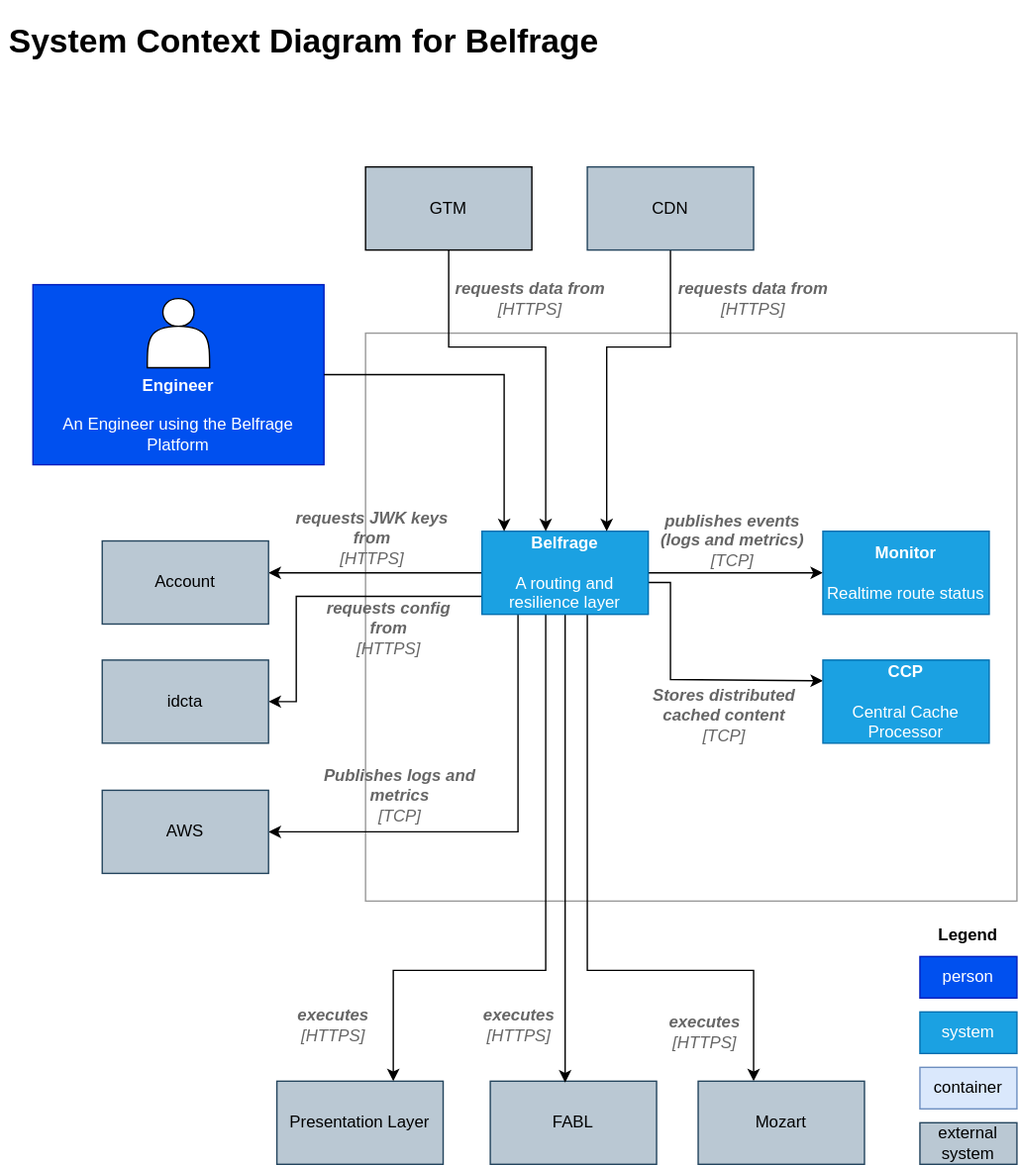
tracy-o/learning-day keeps this draw.io diagram as docs/img/architecture/c4-level-1.svg. Above is the earlier version. Source tidied: cells renumbered, new cells last; positions are measured from the earlier drawing's top-left corner, leaving out a move shared by most shapes.
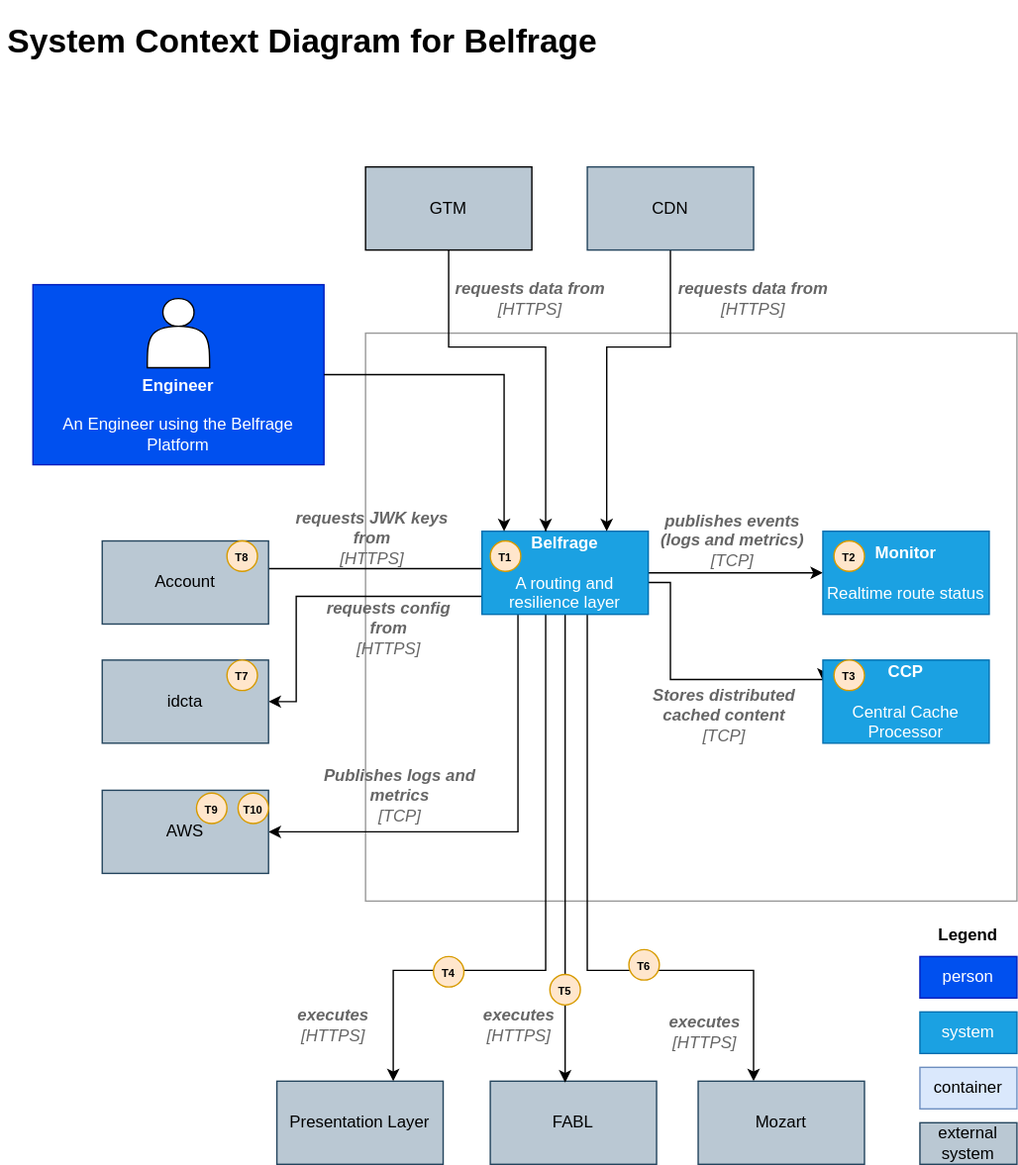
After the change.

Commit message:
link targets from analysis to first level diagram

Diff of the diagram source:
```diff
@@ -173,5 +173,35 @@
     <mxCell id="43" value="&lt;i&gt;&lt;font color=&quot;#666666&quot;&gt;&lt;b&gt;Publishes logs and metrics&lt;br&gt;&lt;/b&gt;[TCP]&lt;/font&gt;&lt;/i&gt;" style="text;html=1;strokeColor=none;fillColor=none;align=center;verticalAlign=middle;whiteSpace=wrap;rounded=0;" parent="1" vertex="1">
       <mxGeometry x="212" y="544" width="150" height="40" as="geometry" />
     </mxCell>
+    <mxCell id="44" value="&lt;font style=&quot;font-size: 8px ; line-height: 40%&quot;&gt;T1&lt;/font&gt;" style="ellipse;whiteSpace=wrap;html=1;fontStyle=1;fillColor=#ffe6cc;strokeColor=#d79b00;" parent="1" vertex="1">
+      <mxGeometry x="352" y="380" width="22" height="22" as="geometry" />
+    </mxCell>
+    <mxCell id="45" value="&lt;font style=&quot;font-size: 8px ; line-height: 40%&quot;&gt;T2&lt;/font&gt;" style="ellipse;whiteSpace=wrap;html=1;fontStyle=1;fillColor=#ffe6cc;strokeColor=#d79b00;" parent="1" vertex="1">
+      <mxGeometry x="600" y="380" width="22" height="22" as="geometry" />
+    </mxCell>
+    <mxCell id="46" value="&lt;font style=&quot;font-size: 8px ; line-height: 40%&quot;&gt;T3&lt;/font&gt;" style="ellipse;whiteSpace=wrap;html=1;fontStyle=1;fillColor=#ffe6cc;strokeColor=#d79b00;" parent="1" vertex="1">
+      <mxGeometry x="600" y="466" width="22" height="22" as="geometry" />
+    </mxCell>
+    <mxCell id="47" value="&lt;font style=&quot;font-size: 8px ; line-height: 40%&quot;&gt;T4&lt;/font&gt;" style="ellipse;whiteSpace=wrap;html=1;fontStyle=1;fillColor=#ffe6cc;strokeColor=#d79b00;" parent="1" vertex="1">
+      <mxGeometry x="311" y="680" width="22" height="22" as="geometry" />
+    </mxCell>
+    <mxCell id="48" value="&lt;font style=&quot;font-size: 8px ; line-height: 40%&quot;&gt;T5&lt;/font&gt;" style="ellipse;whiteSpace=wrap;html=1;fontStyle=1;fillColor=#ffe6cc;strokeColor=#d79b00;" parent="1" vertex="1">
+      <mxGeometry x="395" y="693" width="22" height="22" as="geometry" />
+    </mxCell>
+    <mxCell id="49" value="&lt;font style=&quot;font-size: 8px ; line-height: 40%&quot;&gt;T6&lt;/font&gt;" style="ellipse;whiteSpace=wrap;html=1;fontStyle=1;fillColor=#ffe6cc;strokeColor=#d79b00;" parent="1" vertex="1">
+      <mxGeometry x="452" y="675" width="22" height="22" as="geometry" />
+    </mxCell>
+    <mxCell id="50" value="&lt;font style=&quot;font-size: 8px ; line-height: 40%&quot;&gt;T7&lt;/font&gt;" style="ellipse;whiteSpace=wrap;html=1;fontStyle=1;fillColor=#ffe6cc;strokeColor=#d79b00;" parent="1" vertex="1">
+      <mxGeometry x="162" y="466" width="22" height="22" as="geometry" />
+    </mxCell>
+    <mxCell id="51" value="&lt;font style=&quot;font-size: 8px ; line-height: 40%&quot;&gt;T8&lt;/font&gt;" style="ellipse;whiteSpace=wrap;html=1;fontStyle=1;fillColor=#ffe6cc;strokeColor=#d79b00;" parent="1" vertex="1">
+      <mxGeometry x="162" y="380" width="22" height="22" as="geometry" />
+    </mxCell>
+    <mxCell id="52" value="&lt;font style=&quot;font-size: 8px ; line-height: 40%&quot;&gt;T9&lt;/font&gt;" style="ellipse;whiteSpace=wrap;html=1;fontStyle=1;fillColor=#ffe6cc;strokeColor=#d79b00;" parent="1" vertex="1">
+      <mxGeometry x="140" y="562" width="22" height="22" as="geometry" />
+    </mxCell>
+    <mxCell id="53" value="&lt;font style=&quot;font-size: 8px ; line-height: 40%&quot;&gt;T10&lt;/font&gt;" style="ellipse;whiteSpace=wrap;html=1;fontStyle=1;fillColor=#ffe6cc;strokeColor=#d79b00;" parent="1" vertex="1">
+      <mxGeometry x="170" y="562" width="22" height="22" as="geometry" />
+    </mxCell>
   </root>
 </mxGraphModel>
```
